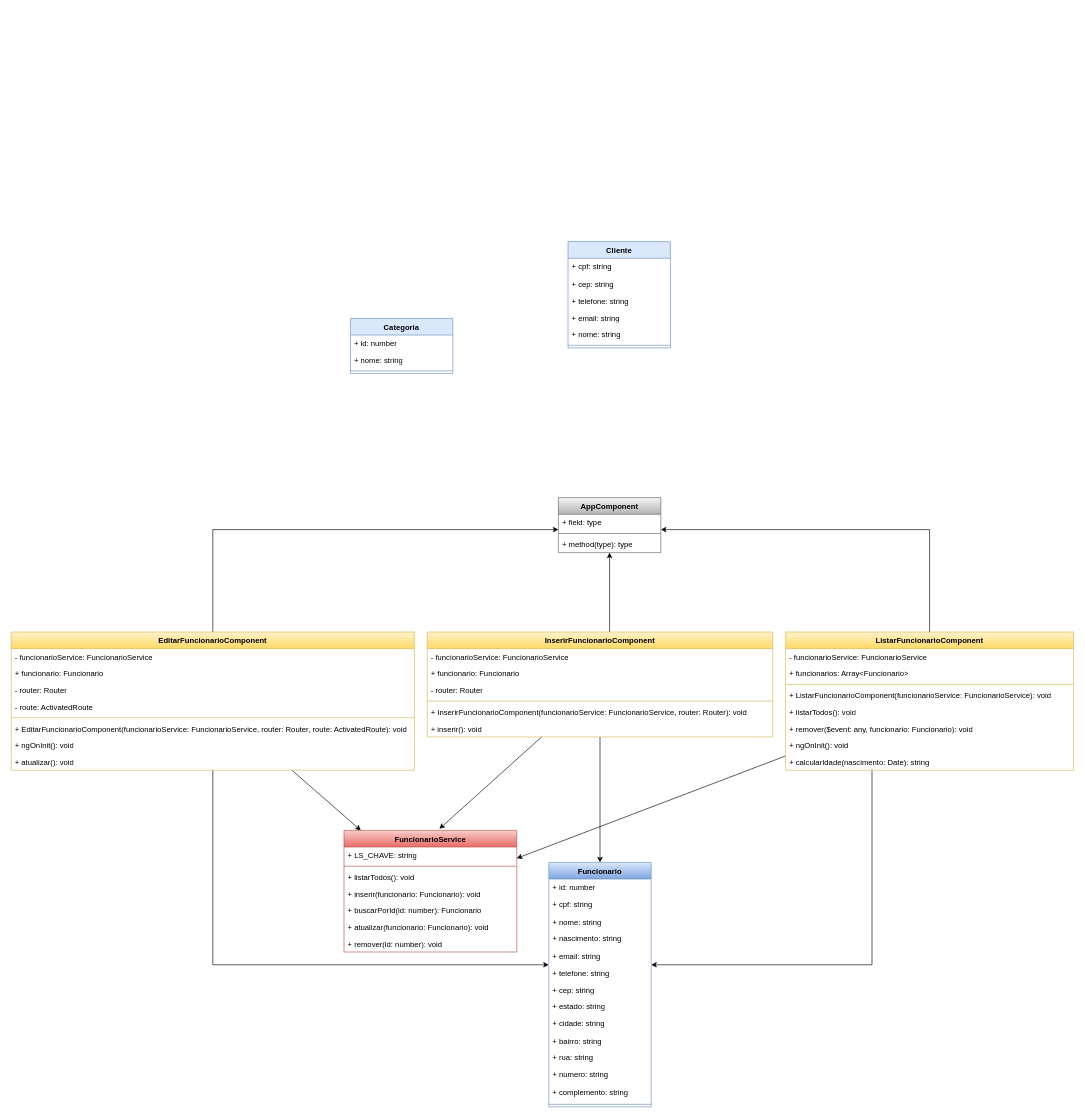
The draw.io diagram docs/web2_AngularDC.drawio in zerouacuca/web2development, before the edit. Source tidied: cells renumbered, new cells numbered last; positions are measured from the earlier drawing's top-left corner, leaving out a move shared by most shapes. Both pictures are drawn from the tidied source at 64%, with x=0, y=0 at pixel (11, 241).
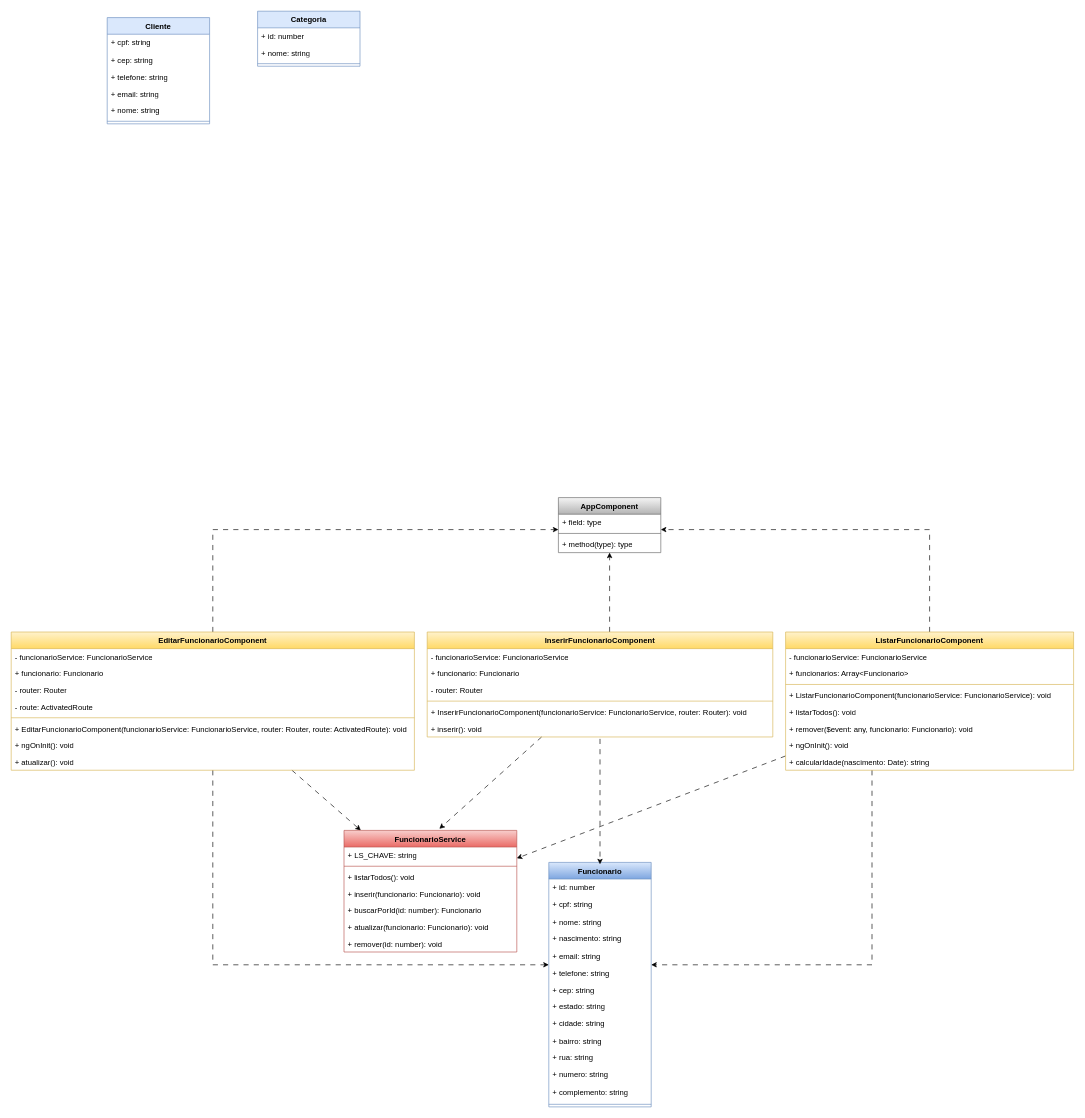
The same diagram, later.

The change refers to these unchanged cells:
```xml
<mxCell id="2" value="Funcionario" style="swimlane;fontStyle=1;align=center;verticalAlign=top;horizontal=1;startSize=26;whiteSpace=wrap;html=1;fillColor=#dae8fc;strokeColor=#6c8ebf;gradientColor=#7ea6e0;" parent="1" vertex="1">
  <mxGeometry x="840" y="970" width="160" height="382" as="geometry" />
</mxCell>
<mxCell id="31" value="ListarFuncionarioComponent" style="swimlane;fontStyle=1;align=center;verticalAlign=top;horizontal=1;startSize=26;whiteSpace=wrap;html=1;fillColor=#fff2cc;strokeColor=#d6b656;gradientColor=#ffd966;" parent="1" vertex="1">
  <mxGeometry x="1210" y="610" width="450" height="216" as="geometry" />
</mxCell>
<mxCell id="40" value="AppComponent" style="swimlane;fontStyle=1;align=center;verticalAlign=top;horizontal=1;startSize=26;whiteSpace=wrap;html=1;fillColor=#f5f5f5;gradientColor=#b3b3b3;strokeColor=#666666;" parent="1" vertex="1">
  <mxGeometry x="855" y="400" width="160" height="86" as="geometry" />
</mxCell>
<mxCell id="47" value="InserirFuncionarioComponent" style="swimlane;fontStyle=1;align=center;verticalAlign=top;horizontal=1;startSize=26;whiteSpace=wrap;html=1;fillColor=#fff2cc;strokeColor=#d6b656;gradientColor=#ffd966;" parent="1" vertex="1">
  <mxGeometry x="650" y="610" width="540" height="164" as="geometry" />
</mxCell>
<mxCell id="57" value="EditarFuncionarioComponent" style="swimlane;fontStyle=1;align=center;verticalAlign=top;horizontal=1;startSize=26;whiteSpace=wrap;html=1;fillColor=#fff2cc;strokeColor=#d6b656;gradientColor=#ffd966;" parent="1" vertex="1">
  <mxGeometry y="610" width="630" height="216" as="geometry" />
</mxCell>
<mxCell id="66" value="FuncionarioService" style="swimlane;fontStyle=1;align=center;verticalAlign=top;horizontal=1;startSize=26;whiteSpace=wrap;html=1;fillColor=#f8cecc;gradientColor=#ea6b66;strokeColor=#b85450;" parent="1" vertex="1">
  <mxGeometry x="520" y="920" width="270" height="190" as="geometry" />
</mxCell>
```

The edit, as a diff of the source:
```diff
@@
     <mxCell id="17" value="Categoria" style="swimlane;fontStyle=1;align=center;verticalAlign=top;horizontal=1;startSize=26;whiteSpace=wrap;html=1;fillColor=#dae8fc;strokeColor=#6c8ebf;" parent="1" vertex="1">
-      <mxGeometry x="530" y="120" width="160" height="86" as="geometry" />
+      <mxGeometry x="385" y="-360" width="160" height="86" as="geometry" />
     </mxCell>
@@
     <mxCell id="21" value="Cliente" style="swimlane;fontStyle=1;align=center;verticalAlign=top;horizontal=1;startSize=26;whiteSpace=wrap;html=1;fillColor=#dae8fc;strokeColor=#6c8ebf;" parent="1" vertex="1">
-      <mxGeometry x="870" width="160" height="166" as="geometry" />
+      <mxGeometry x="150" y="-350" width="160" height="166" as="geometry" />
     </mxCell>
@@
-    <mxCell id="28" style="edgeStyle=orthogonalEdgeStyle;rounded=0;jettySize=auto;html=1;" parent="1" edge="1" source="31" target="2">
+    <mxCell id="28" style="edgeStyle=orthogonalEdgeStyle;rounded=0;jettySize=auto;html=1;dashed=1;dashPattern=8 8;" parent="1" edge="1" source="31" target="2">
       <mxGeometry relative="1" as="geometry">
         <Array as="points">
           <mxPoint x="1345" y="1130" />
         </Array>
       </mxGeometry>
     </mxCell>
-    <mxCell id="29" style="edgeStyle=orthogonalEdgeStyle;rounded=0;jettySize=auto;html=1;" parent="1" edge="1" source="31" target="40">
+    <mxCell id="29" style="edgeStyle=orthogonalEdgeStyle;rounded=0;jettySize=auto;html=1;dashed=1;dashPattern=8 8;" parent="1" edge="1" source="31" target="40">
       <mxGeometry relative="1" as="geometry">
         <Array as="points">
           <mxPoint x="1435" y="450" />
         </Array>
       </mxGeometry>
     </mxCell>
-    <mxCell id="30" style="rounded=0;jettySize=auto;html=1;" parent="1" edge="1" source="31" target="66">
+    <mxCell id="30" style="rounded=0;jettySize=auto;html=1;dashed=1;dashPattern=8 8;" parent="1" edge="1" source="31" target="66">
       <mxGeometry relative="1" as="geometry" />
     </mxCell>
@@
-    <mxCell id="44" style="edgeStyle=orthogonalEdgeStyle;rounded=0;jettySize=auto;html=1;" parent="1" edge="1" source="47" target="2">
-      <mxGeometry relative="1" as="geometry" />
+    <mxCell id="44" style="edgeStyle=orthogonalEdgeStyle;rounded=0;orthogonalLoop=1;jettySize=auto;html=1;dashed=1;dashPattern=8 8;" parent="1" edge="1">
+      <mxGeometry relative="1" as="geometry">
+        <mxPoint x="920" y="777" as="sourcePoint" />
+        <mxPoint x="920" y="973" as="targetPoint" />
+      </mxGeometry>
     </mxCell>
-    <mxCell id="45" style="edgeStyle=orthogonalEdgeStyle;rounded=0;jettySize=auto;html=1;" parent="1" edge="1" source="47" target="40">
+    <mxCell id="45" style="edgeStyle=orthogonalEdgeStyle;rounded=0;jettySize=auto;html=1;dashed=1;dashPattern=8 8;" parent="1" edge="1" source="47" target="40">
       <mxGeometry relative="1" as="geometry">
         <Array as="points">
           <mxPoint x="935" y="570" />
           <mxPoint x="935" y="570" />
         </Array>
       </mxGeometry>
     </mxCell>
-    <mxCell id="46" style="rounded=0;jettySize=auto;html=1;entryX=0.552;entryY=-0.013;entryDx=0;entryDy=0;entryPerimeter=0;" parent="1" edge="1" source="47" target="66">
+    <mxCell id="46" style="rounded=0;jettySize=auto;html=1;entryX=0.552;entryY=-0.013;entryDx=0;entryDy=0;entryPerimeter=0;dashed=1;dashPattern=8 8;" parent="1" edge="1" source="47" target="66">
       <mxGeometry relative="1" as="geometry" />
     </mxCell>
@@
-    <mxCell id="54" style="edgeStyle=orthogonalEdgeStyle;rounded=0;jettySize=auto;html=1;" parent="1" edge="1" source="57" target="2">
+    <mxCell id="54" style="edgeStyle=orthogonalEdgeStyle;rounded=0;jettySize=auto;html=1;dashed=1;dashPattern=8 8;" parent="1" edge="1" source="57" target="2">
       <mxGeometry relative="1" as="geometry">
         <Array as="points">
           <mxPoint x="315" y="1130" />
         </Array>
       </mxGeometry>
     </mxCell>
-    <mxCell id="55" style="edgeStyle=orthogonalEdgeStyle;rounded=0;jettySize=auto;html=1;" parent="1" edge="1" source="57" target="40">
+    <mxCell id="55" style="edgeStyle=orthogonalEdgeStyle;rounded=0;jettySize=auto;html=1;dashed=1;dashPattern=8 8;" parent="1" edge="1" source="57" target="40">
       <mxGeometry relative="1" as="geometry">
         <Array as="points">
           <mxPoint x="315" y="450" />
         </Array>
       </mxGeometry>
     </mxCell>
-    <mxCell id="56" style="rounded=0;jettySize=auto;html=1;" parent="1" edge="1" source="57" target="66">
+    <mxCell id="56" style="rounded=0;jettySize=auto;html=1;dashed=1;dashPattern=8 8;" parent="1" edge="1" source="57" target="66">
       <mxGeometry relative="1" as="geometry" />
     </mxCell>
```
